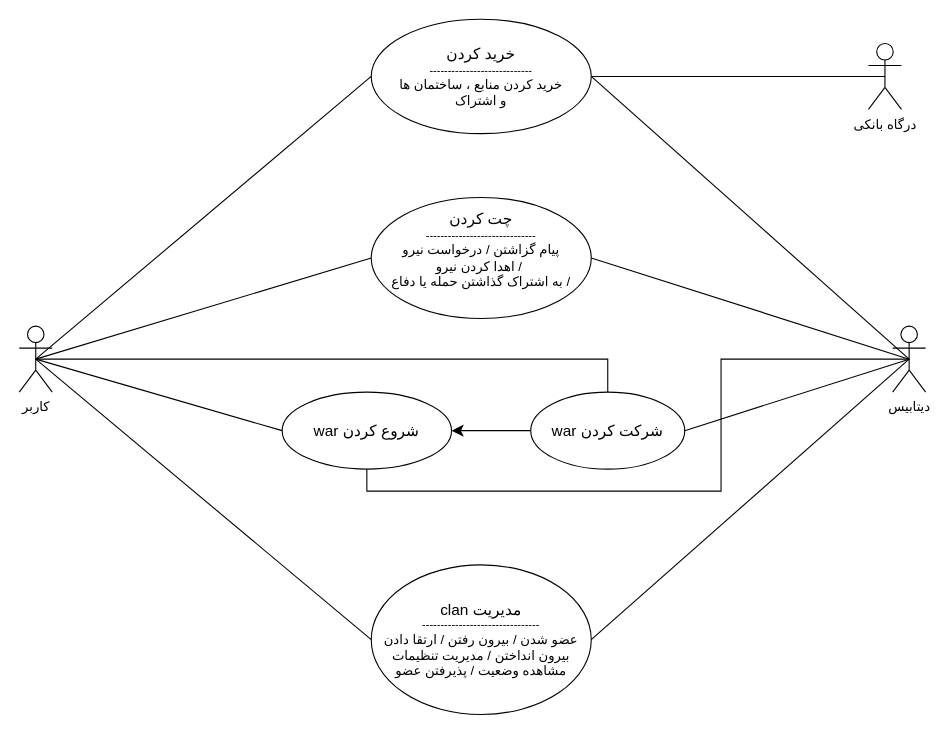
nimamdd/clash-of-clans keeps this draw.io diagram as page "Page-3" (3 of 3) of Use case.drawio. Above is the earlier version. Source tidied: cells renumbered, new cells numbered last; positions are measured from the earlier drawing's top-left corner, leaving out a move shared by most shapes. Both pictures are drawn from the tidied source at 110%, with x=0, y=0 at pixel (19, 19).
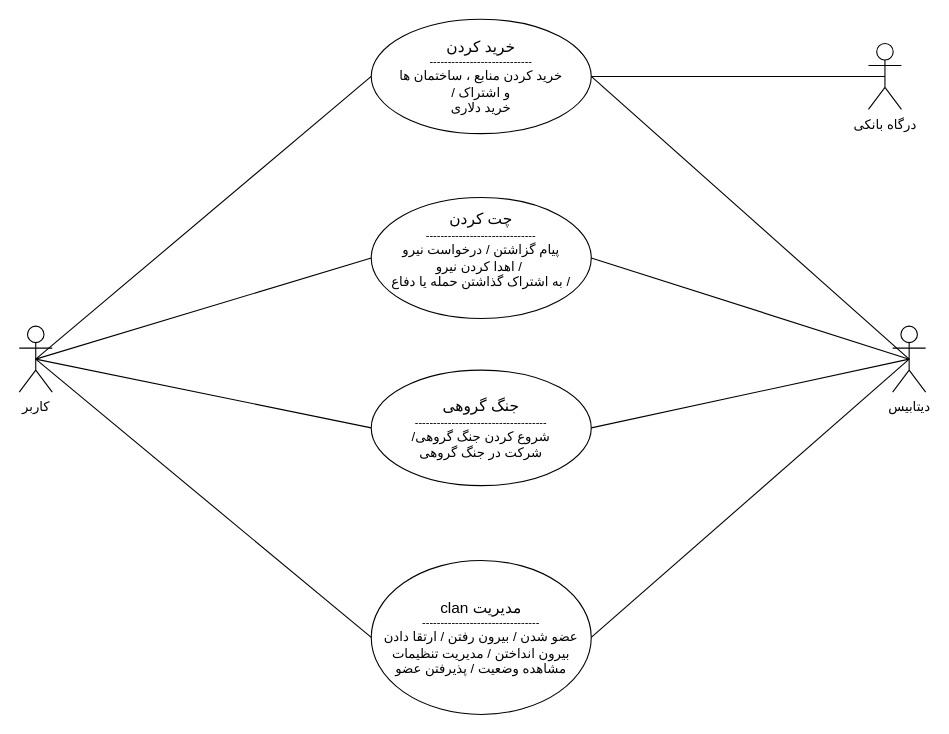
After the change.

Unchanged cells that the change refers to:
```xml
<mxCell id="3" value="کاربر" style="shape=umlActor;verticalLabelPosition=bottom;verticalAlign=top;html=1;" parent="1" vertex="1">
  <mxGeometry y="279" width="30" height="60" as="geometry" />
</mxCell>
<mxCell id="9" value="دیتابیس" style="shape=umlActor;verticalLabelPosition=bottom;verticalAlign=top;html=1;" parent="1" vertex="1">
  <mxGeometry x="794" y="279" width="30" height="60" as="geometry" />
</mxCell>
```

What changed in the source:
```diff
@@
-    <mxCell id="2" style="edgeStyle=orthogonalEdgeStyle;rounded=0;jettySize=auto;html=1;exitX=0.5;exitY=0.5;exitDx=0;exitDy=0;exitPerimeter=0;entryX=0.5;entryY=0;entryDx=0;entryDy=0;fontSize=12;startSize=8;endSize=8;startArrow=none;startFill=0;endArrow=none;endFill=0;" parent="1" edge="1" source="3" target="20">
-      <mxGeometry relative="1" as="geometry" />
-    </mxCell>
+    <mxCell id="22" style="edgeStyle=none;curved=1;rounded=0;jettySize=auto;html=1;exitX=0.5;exitY=0.5;exitDx=0;exitDy=0;exitPerimeter=0;entryX=0;entryY=0.5;entryDx=0;entryDy=0;fontSize=12;startSize=8;endSize=8;endArrow=none;endFill=0;" parent="1" edge="1" source="3" target="23">
+      <mxGeometry relative="1" as="geometry" />
+    </mxCell>
@@
-    <mxCell id="4" value="&lt;div&gt;&lt;span style=&quot;font-size: 14px;&quot;&gt;خرید کردن&lt;/span&gt;&lt;br&gt;&lt;/div&gt;&lt;div style=&quot;font-size: 10px;&quot;&gt;&lt;span style=&quot;&quot;&gt;----------------------------&lt;/span&gt;&lt;/div&gt;&lt;div&gt;&lt;font style=&quot;font-size: 12px;&quot;&gt;خرید کردن منابع ، ساختمان ها&lt;/font&gt;&lt;/div&gt;&lt;div style=&quot;&quot;&gt;و اشتراک&lt;/div&gt;" style="ellipse;whiteSpace=wrap;html=1;" parent="1" vertex="1">
+    <mxCell id="4" value="&lt;div&gt;&lt;span style=&quot;font-size: 14px;&quot;&gt;خرید کردن&lt;/span&gt;&lt;br&gt;&lt;/div&gt;&lt;div style=&quot;font-size: 10px;&quot;&gt;&lt;span style=&quot;&quot;&gt;----------------------------&lt;/span&gt;&lt;/div&gt;&lt;div&gt;&lt;font style=&quot;font-size: 12px;&quot;&gt;خرید کردن منابع ، ساختمان ها&lt;/font&gt;&lt;/div&gt;&lt;div style=&quot;&quot;&gt;/ و اشتراک&lt;/div&gt;&lt;div style=&quot;&quot;&gt;خرید دلاری&lt;/div&gt;" style="ellipse;whiteSpace=wrap;html=1;" parent="1" vertex="1">
       <mxGeometry x="320" width="200" height="104" as="geometry" />
     </mxCell>
-    <mxCell id="5" value="&lt;span style=&quot;font-size: 14px;&quot;&gt;war شروع کردن&lt;/span&gt;" style="ellipse;whiteSpace=wrap;html=1;" parent="1" vertex="1">
-      <mxGeometry x="239" y="339" width="154" height="70" as="geometry" />
-    </mxCell>
@@
-    <mxCell id="8" style="edgeStyle=orthogonalEdgeStyle;rounded=0;jettySize=auto;html=1;exitX=0.5;exitY=0.5;exitDx=0;exitDy=0;exitPerimeter=0;entryX=0.5;entryY=1;entryDx=0;entryDy=0;fontSize=12;startSize=8;endSize=8;endArrow=none;endFill=0;" parent="1" edge="1" source="9" target="5">
-      <mxGeometry relative="1" as="geometry">
-        <Array as="points">
-          <mxPoint x="638" y="309" />
-          <mxPoint x="638" y="429" />
-          <mxPoint x="316" y="429" />
-        </Array>
-      </mxGeometry>
-    </mxCell>
@@
-    <mxCell id="11" style="edgeStyle=none;curved=1;rounded=0;jettySize=auto;html=1;exitX=0;exitY=0.5;exitDx=0;exitDy=0;entryX=0.5;entryY=0.5;entryDx=0;entryDy=0;entryPerimeter=0;fontSize=12;startSize=8;endSize=8;endArrow=none;endFill=0;" parent="1" edge="1" source="5" target="3">
-      <mxGeometry relative="1" as="geometry" />
-    </mxCell>
     <mxCell id="12" value="&lt;font style=&quot;font-size: 14px;&quot;&gt;clan مدیریت&lt;/font&gt;&lt;div style=&quot;font-size: 10px;&quot;&gt;&lt;font style=&quot;font-size: 10px;&quot;&gt;--------------------------------&lt;/font&gt;&lt;/div&gt;&lt;div style=&quot;&quot;&gt;عضو شدن / بیرون رفتن / ارتقا دادن&lt;/div&gt;&lt;div style=&quot;&quot;&gt;بیرون انداختن / مدیریت تنظیمات&lt;/div&gt;&lt;div style=&quot;&quot;&gt;مشاهده وضعيت / پذیرفتن عضو&lt;/div&gt;" style="ellipse;whiteSpace=wrap;html=1;" parent="1" vertex="1">
-      <mxGeometry x="320" y="496" width="200" height="136" as="geometry" />
+      <mxGeometry x="320" y="492" width="200" height="140" as="geometry" />
     </mxCell>
@@
-    <mxCell id="19" style="edgeStyle=none;curved=1;rounded=0;jettySize=auto;html=1;exitX=0;exitY=0.5;exitDx=0;exitDy=0;entryX=1;entryY=0.5;entryDx=0;entryDy=0;fontSize=12;startSize=8;endSize=8;" parent="1" edge="1" source="20" target="5">
-      <mxGeometry relative="1" as="geometry" />
-    </mxCell>
-    <mxCell id="20" value="&lt;span style=&quot;font-size: 14px;&quot;&gt;war شرکت کردن&lt;/span&gt;" style="ellipse;whiteSpace=wrap;html=1;" parent="1" vertex="1">
-      <mxGeometry x="465" y="339" width="140" height="70" as="geometry" />
-    </mxCell>
-    <mxCell id="21" style="edgeStyle=none;curved=1;rounded=0;jettySize=auto;html=1;exitX=1;exitY=0.5;exitDx=0;exitDy=0;entryX=0.5;entryY=0.5;entryDx=0;entryDy=0;entryPerimeter=0;fontSize=12;startSize=8;endSize=8;endArrow=none;endFill=0;" parent="1" edge="1" source="20" target="9">
-      <mxGeometry relative="1" as="geometry" />
-    </mxCell>
+    <mxCell id="23" value="&lt;font style=&quot;font-size: 14px;&quot;&gt;جنگ گروهی&lt;/font&gt;&lt;div style=&quot;font-size: 10px;&quot;&gt;------------------------------------&lt;/div&gt;&lt;div&gt;&lt;font style=&quot;font-size: 12px;&quot;&gt;/شروع کردن جنگ گروهی&lt;/font&gt;&lt;/div&gt;&lt;div&gt;&lt;font style=&quot;font-size: 12px;&quot;&gt;شرکت در جنگ گروهی&lt;/font&gt;&lt;/div&gt;" style="ellipse;whiteSpace=wrap;html=1;" parent="1" vertex="1">
+      <mxGeometry x="320" y="319" width="200" height="105" as="geometry" />
+    </mxCell>
+    <mxCell id="24" style="edgeStyle=none;curved=1;rounded=0;jettySize=auto;html=1;exitX=1;exitY=0.5;exitDx=0;exitDy=0;entryX=0.5;entryY=0.5;entryDx=0;entryDy=0;entryPerimeter=0;fontSize=12;startSize=8;endSize=8;endArrow=none;endFill=0;" parent="1" edge="1" source="23" target="9">
+      <mxGeometry relative="1" as="geometry" />
+    </mxCell>
```
